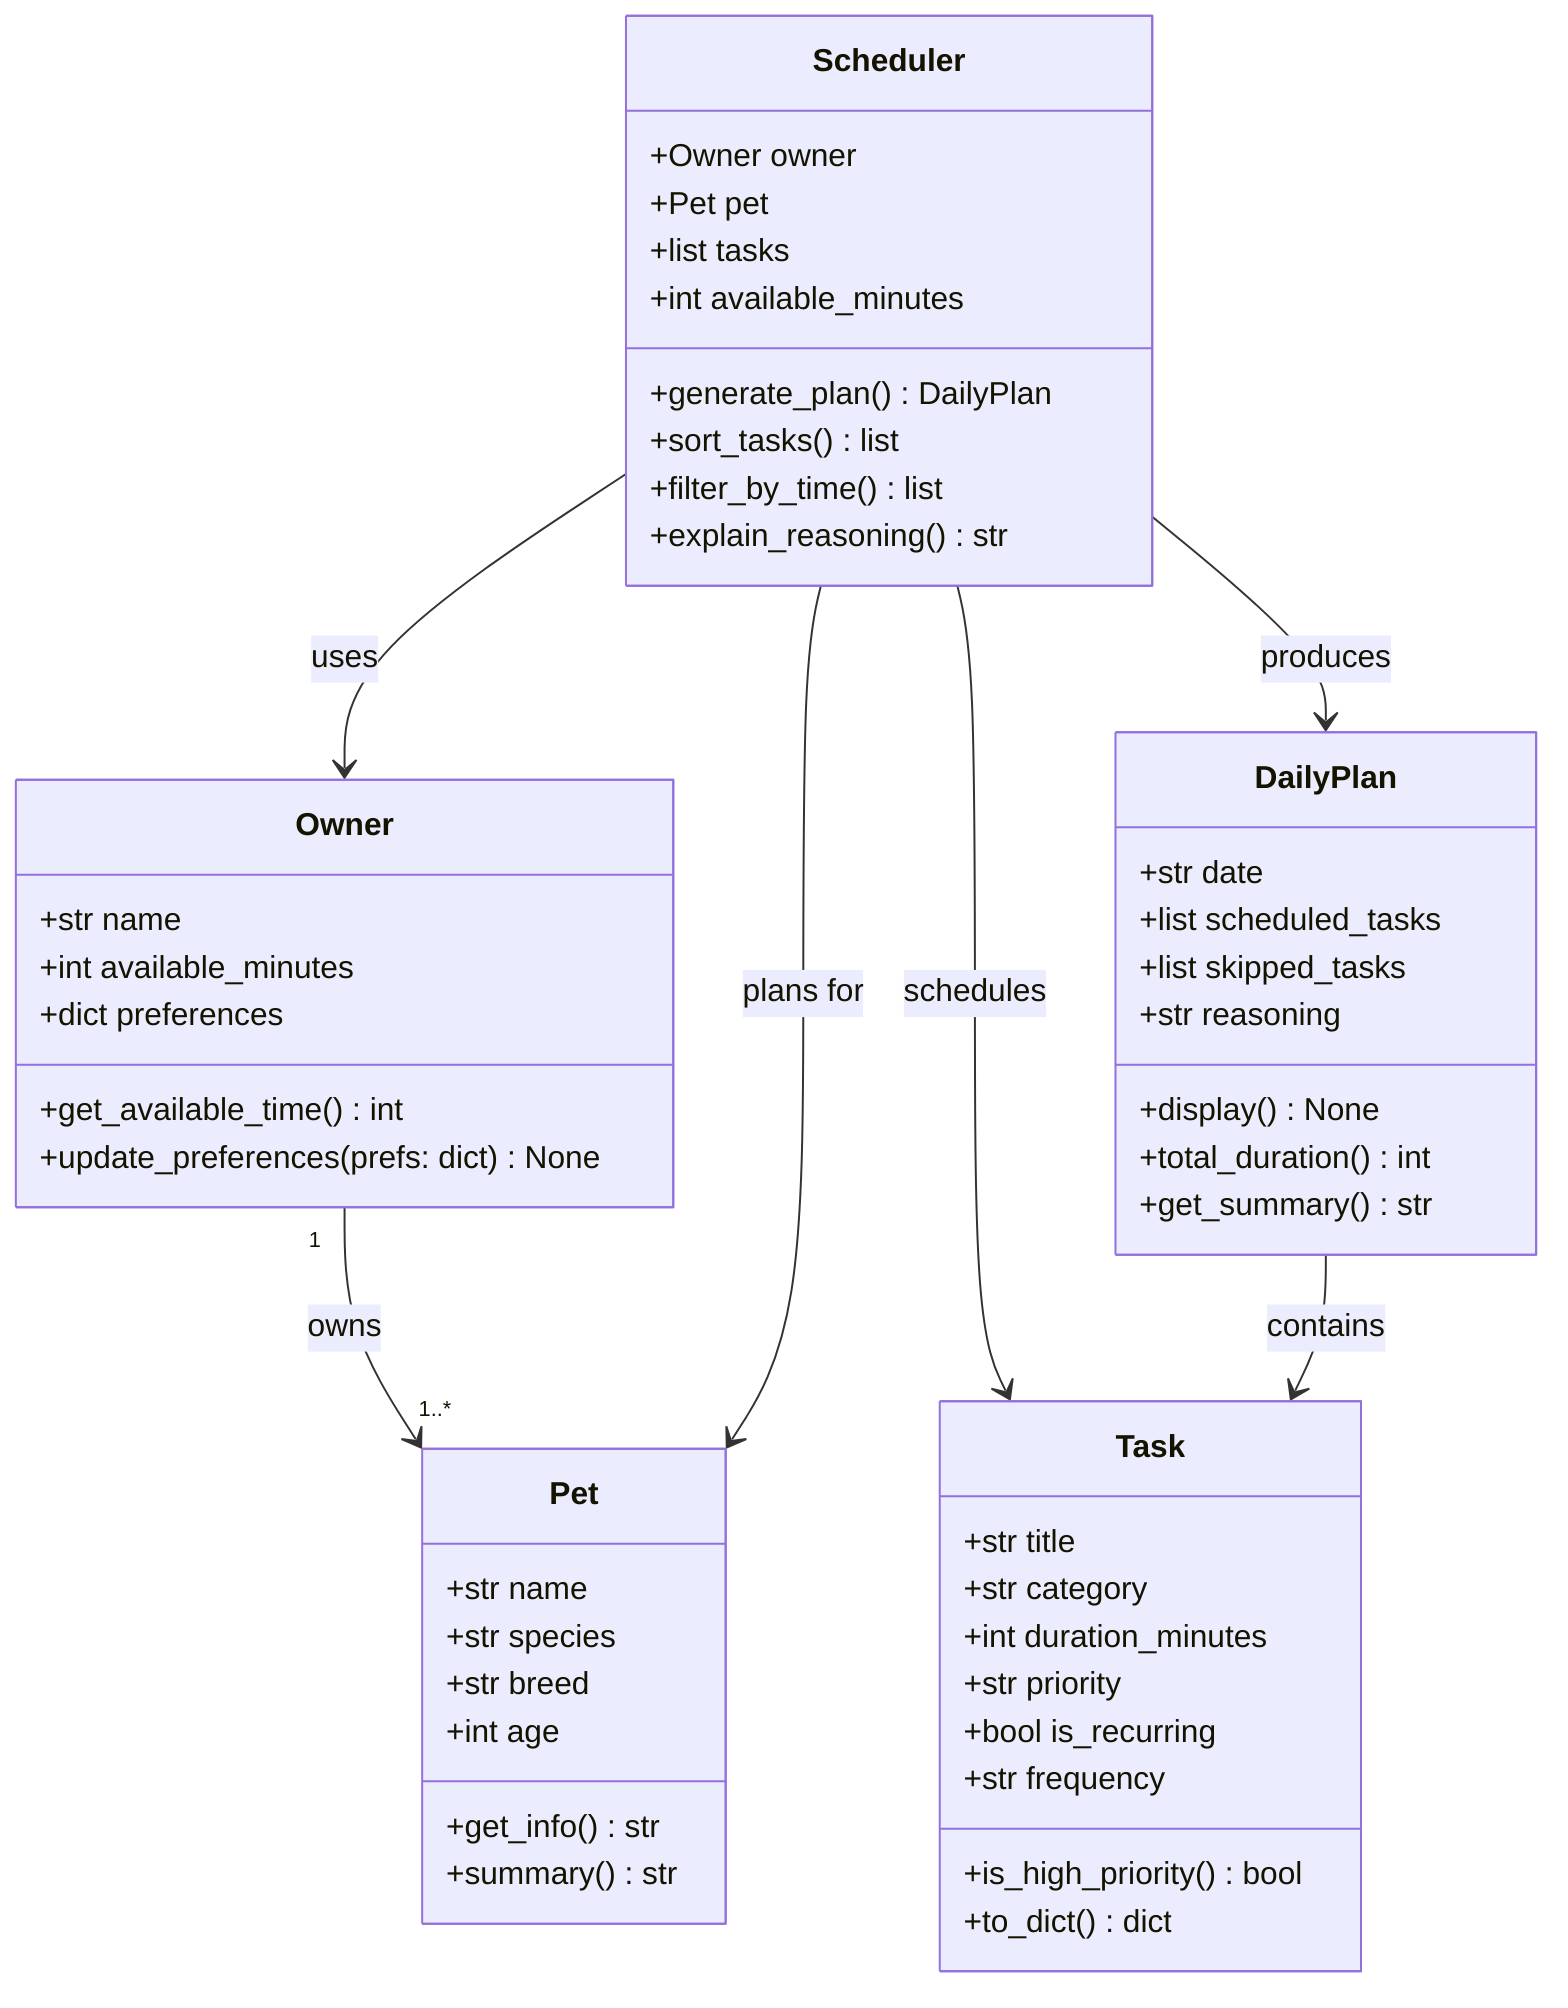
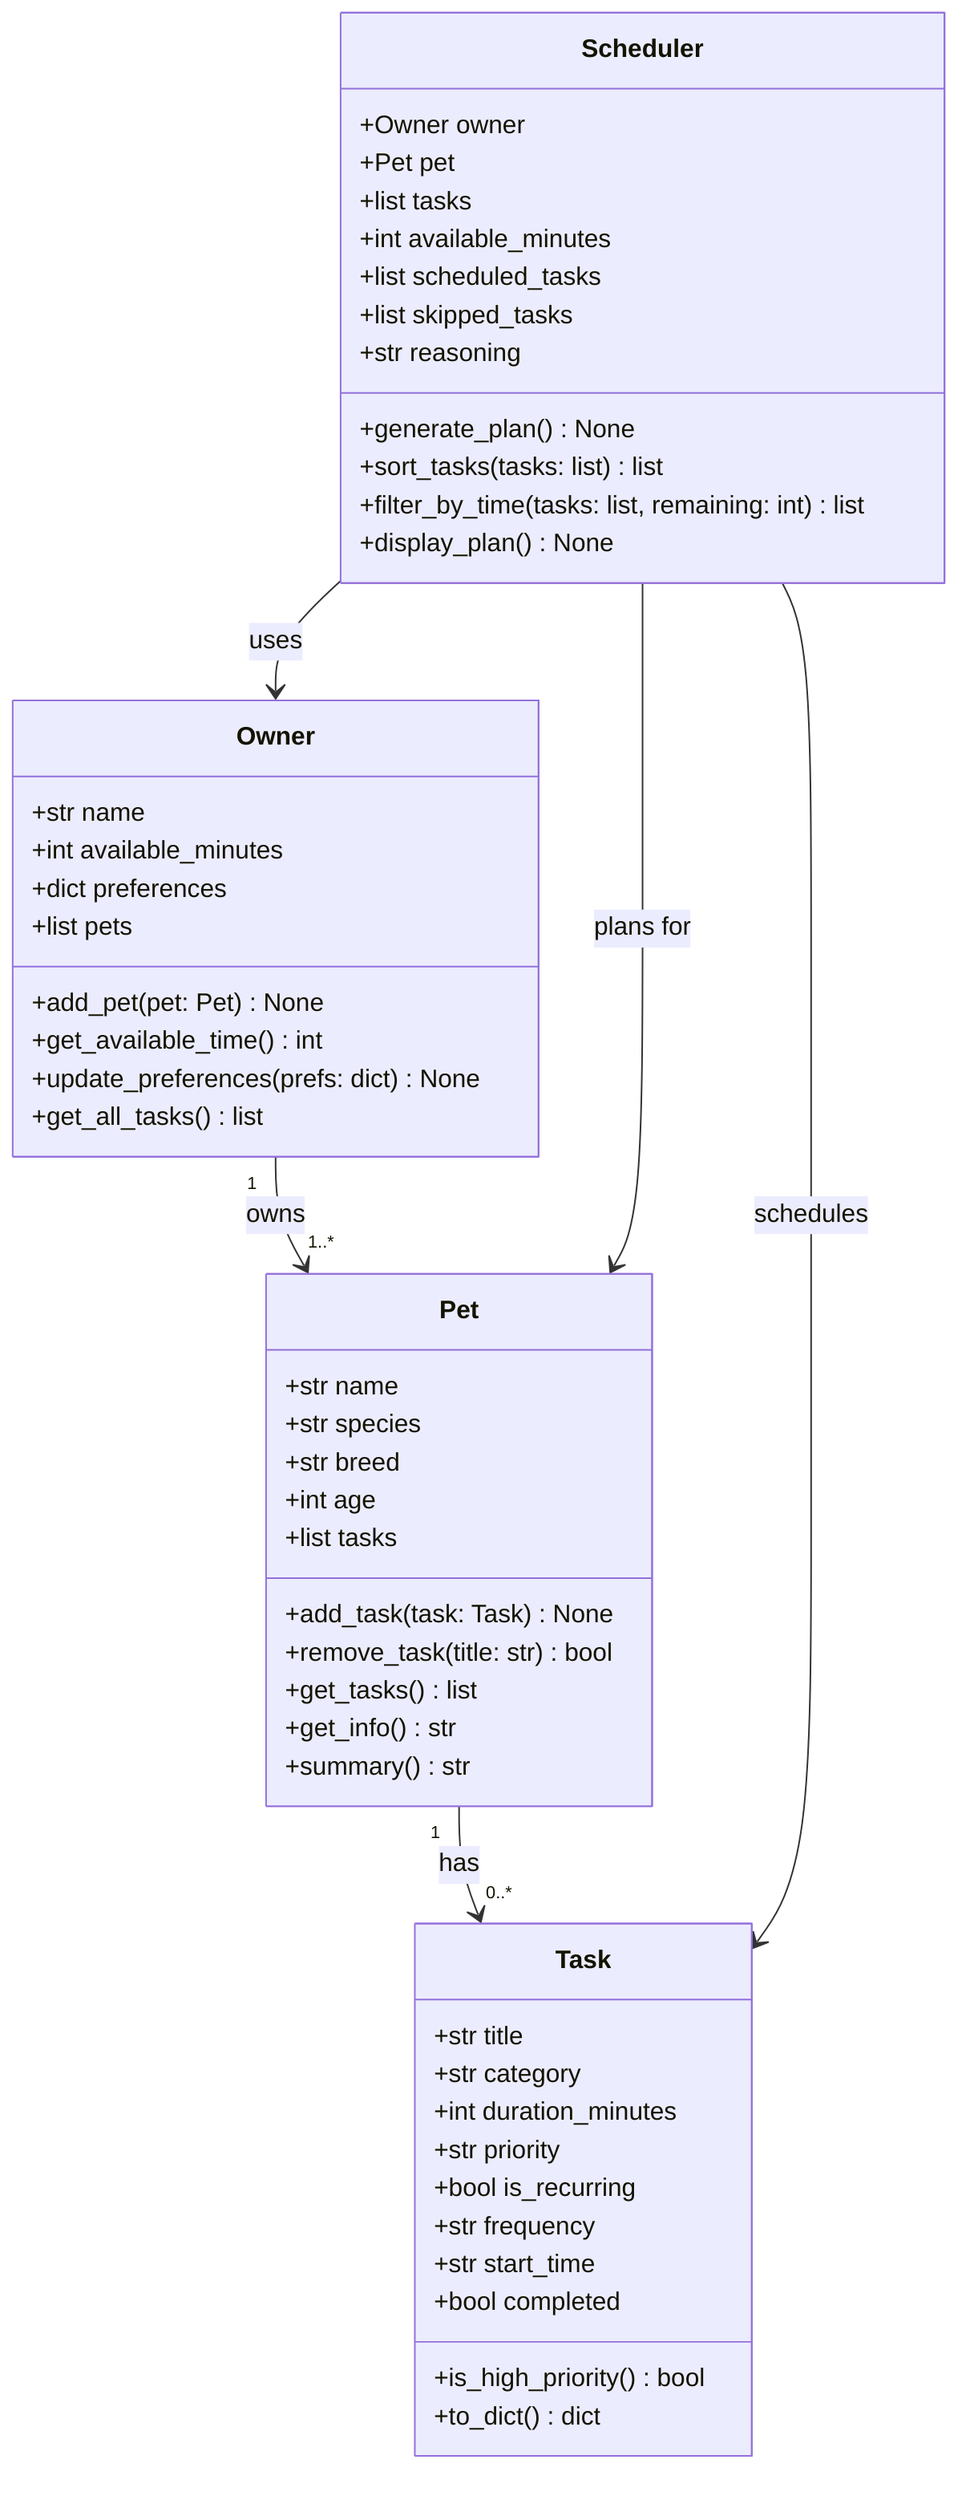
classDiagram
-     class Owner {
-         +str name
-         +int available_minutes
-         +dict preferences
-         +get_available_time() int
-         +update_preferences(prefs: dict) None
+     class Task {
+         +str title
+         +str category
+         +int duration_minutes
+         +str priority
+         +bool is_recurring
+         +str frequency
+         +str start_time
+         +bool completed
+         +is_high_priority() bool
+         +to_dict() dict
    }

    class Pet {
        +str name
        +str species
        +str breed
        +int age
+         +list tasks
+         +add_task(task: Task) None
+         +remove_task(title: str) bool
+         +get_tasks() list
        +get_info() str
        +summary() str
    }

-     class Task {
-         +str title
-         +str category
-         +int duration_minutes
-         +str priority
-         +bool is_recurring
-         +str frequency
-         +is_high_priority() bool
-         +to_dict() dict
+     class Owner {
+         +str name
+         +int available_minutes
+         +dict preferences
+         +list pets
+         +add_pet(pet: Pet) None
+         +get_available_time() int
+         +update_preferences(prefs: dict) None
+         +get_all_tasks() list
    }

    class Scheduler {
        +Owner owner
        +Pet pet
        +list tasks
        +int available_minutes
-         +generate_plan() DailyPlan
-         +sort_tasks() list
-         +filter_by_time() list
-         +explain_reasoning() str
-     }
- 
-     class DailyPlan {
-         +str date
        +list scheduled_tasks
        +list skipped_tasks
        +str reasoning
-         +display() None
-         +total_duration() int
-         +get_summary() str
+         +generate_plan() None
+         +sort_tasks(tasks: list) list
+         +filter_by_time(tasks: list, remaining: int) list
+         +display_plan() None
    }

    Owner "1" --> "1..*" Pet : owns
+     Pet "1" --> "0..*" Task : has
    Scheduler --> Owner : uses
    Scheduler --> Pet : plans for
    Scheduler --> Task : schedules
-     Scheduler --> DailyPlan : produces
-     DailyPlan --> Task : contains
